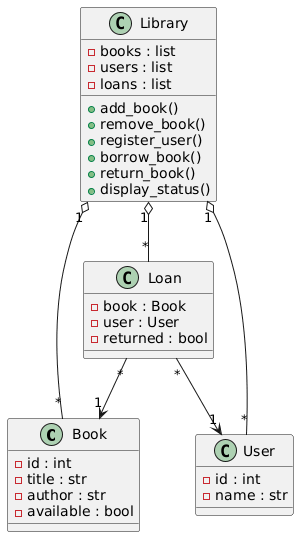
Earlier version of the PlantUML export uml/class_diagram.png (bouissem/DigitalLibrary). Its diagram source:
```plantuml
@startuml
class Book {
    -id : int
    -title : str
    -author : str
    -available : bool
}

class User {
    -id : int
    -name : str
}

class Loan {
    -book : Book
    -user : User
    -returned : bool
}

class Library {
    -books : list
    -users : list
    -loans : list
    +add_book()
    +remove_book()
    +register_user()
    +borrow_book()
    +return_book()
    +display_status()
}

Library "1" o-- "*" Book
Library "1" o-- "*" User
Library "1" o-- "*" Loan
Loan "*" --> "1" Book
Loan "*" --> "1" User
@enduml
```
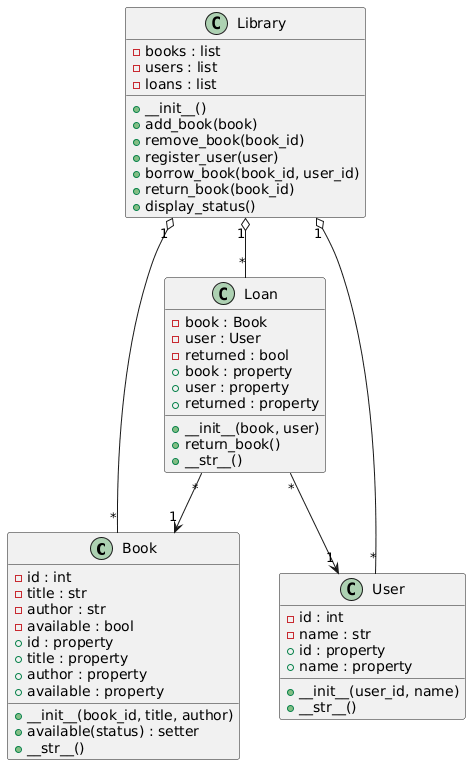
After the change.

Commit message:
Update README.md with UML Design Justification and formatting

What changed in the source:
```diff
@@ -1,32 +1,50 @@
 @startuml
 class Book {
-    -id : int
-    -title : str
-    -author : str
-    -available : bool
+    - id : int
+    - title : str
+    - author : str
+    - available : bool
+    + __init__(book_id, title, author)
+    + id : property
+    + title : property
+    + author : property
+    + available : property
+    + available(status) : setter
+    + __str__()
 }
 
 class User {
-    -id : int
-    -name : str
+    - id : int
+    - name : str
+    + __init__(user_id, name)
+    + id : property
+    + name : property
+    + __str__()
 }
 
 class Loan {
-    -book : Book
-    -user : User
-    -returned : bool
+    - book : Book
+    - user : User
+    - returned : bool
+    + __init__(book, user)
+    + book : property
+    + user : property
+    + returned : property
+    + return_book()
+    + __str__()
 }
 
 class Library {
-    -books : list
-    -users : list
-    -loans : list
-    +add_book()
-    +remove_book()
-    +register_user()
-    +borrow_book()
-    +return_book()
-    +display_status()
+    - books : list
+    - users : list
+    - loans : list
+    + __init__()
+    + add_book(book)
+    + remove_book(book_id)
+    + register_user(user)
+    + borrow_book(book_id, user_id)
+    + return_book(book_id)
+    + display_status()
 }
 
 Library "1" o-- "*" Book
```
